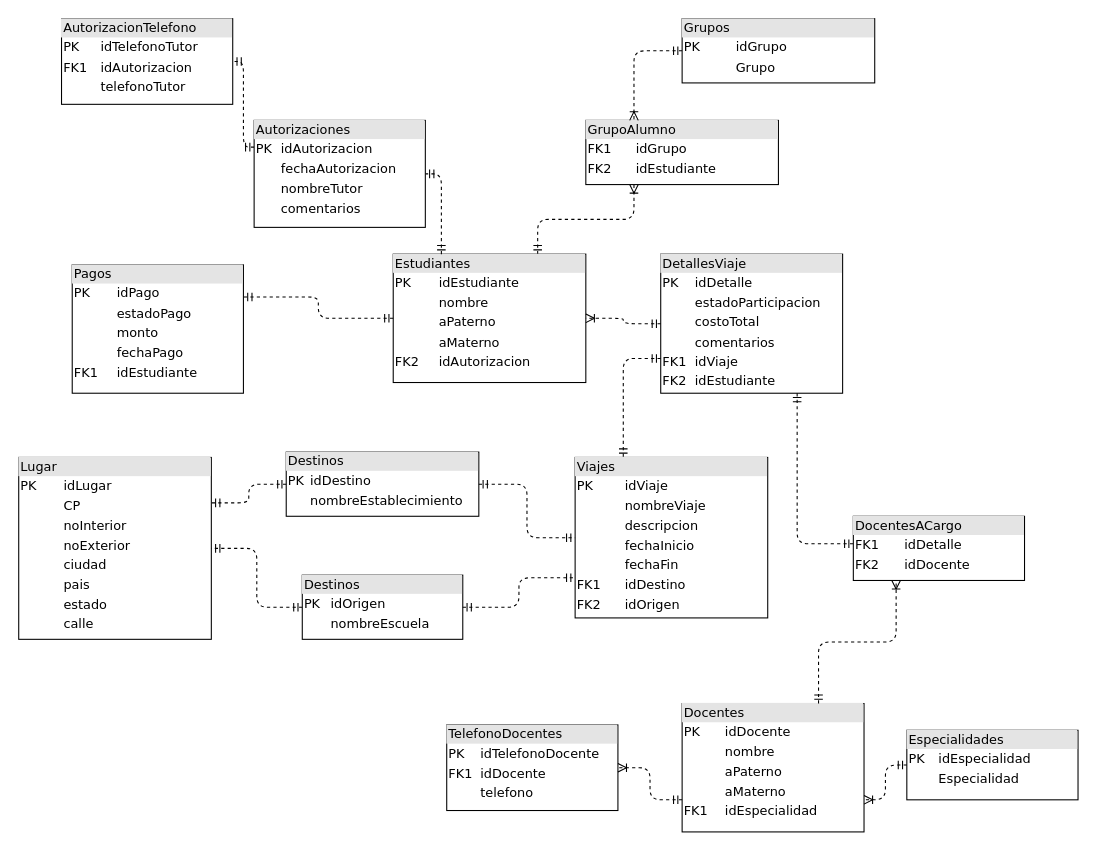
The draw.io diagram proyecto/DiagramaRelacionalNormalizado.drawio in ShyAd1/Database, before the edit. Source tidied: cells renumbered, new cells numbered last; positions are measured from the earlier drawing's top-left corner, leaving out a move shared by most shapes. Both pictures are drawn from the tidied source at 107%, with x=0, y=0 at pixel (18, 18).
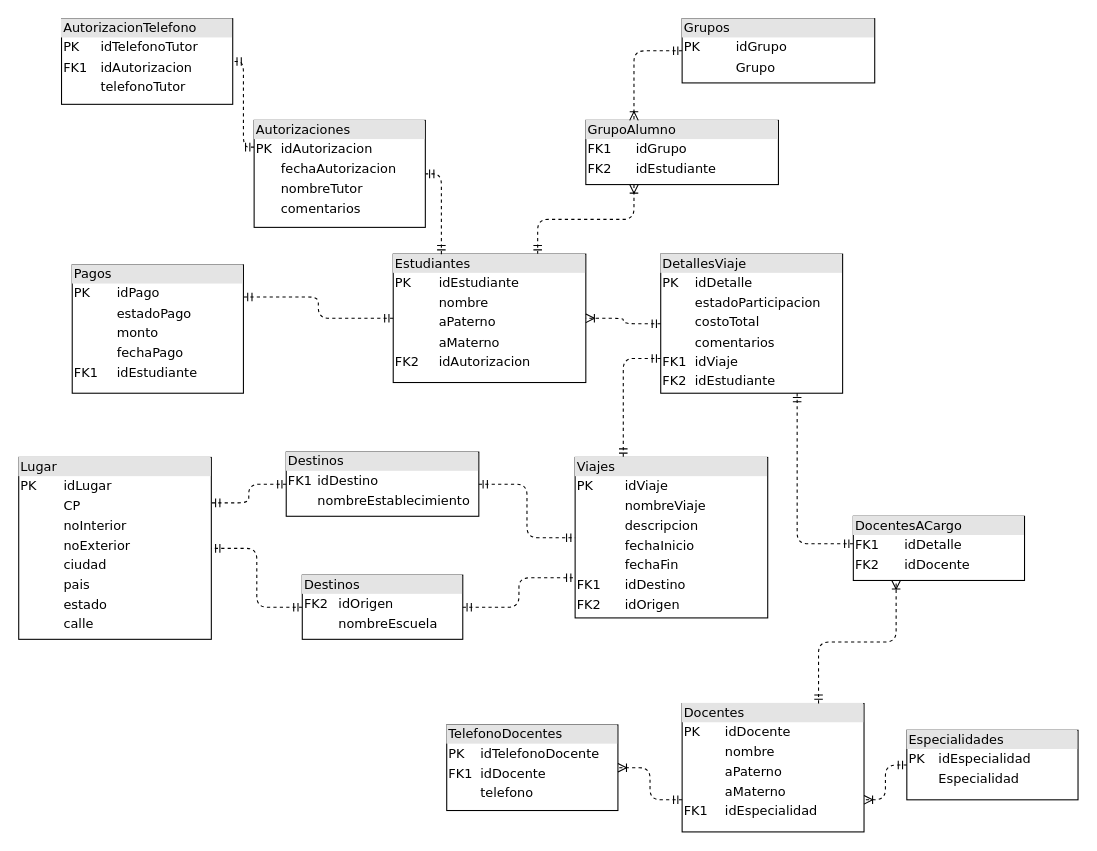
The same page after the edit.

What changed in the source:
```diff
@@
-    <mxCell id="26" value="&lt;div style=&quot;box-sizing:border-box;width:100%;background:#e4e4e4;padding:2px;&quot;&gt;Destinos&lt;/div&gt;&lt;table style=&quot;width:100%;font-size:1em;&quot; cellpadding=&quot;2&quot; cellspacing=&quot;0&quot;&gt;&lt;tbody&gt;&lt;tr&gt;&lt;td&gt;PK&lt;/td&gt;&lt;td&gt;idDestino&lt;/td&gt;&lt;/tr&gt;&lt;tr&gt;&lt;td&gt;&lt;br&gt;&lt;/td&gt;&lt;td&gt;nombreEstablecimiento&lt;/td&gt;&lt;/tr&gt;&lt;/tbody&gt;&lt;/table&gt;" style="verticalAlign=top;align=left;overflow=fill;html=1;rounded=0;shadow=0;comic=0;labelBackgroundColor=none;strokeWidth=1;fontFamily=Verdana;fontSize=12;" parent="1" vertex="1">
+    <mxCell id="26" value="&lt;div style=&quot;box-sizing:border-box;width:100%;background:#e4e4e4;padding:2px;&quot;&gt;Destinos&lt;/div&gt;&lt;table style=&quot;width:100%;font-size:1em;&quot; cellpadding=&quot;2&quot; cellspacing=&quot;0&quot;&gt;&lt;tbody&gt;&lt;tr&gt;&lt;td&gt;FK1&lt;/td&gt;&lt;td&gt;idDestino&lt;/td&gt;&lt;/tr&gt;&lt;tr&gt;&lt;td&gt;&lt;br&gt;&lt;/td&gt;&lt;td&gt;nombreEstablecimiento&lt;/td&gt;&lt;/tr&gt;&lt;/tbody&gt;&lt;/table&gt;" style="verticalAlign=top;align=left;overflow=fill;html=1;rounded=0;shadow=0;comic=0;labelBackgroundColor=none;strokeWidth=1;fontFamily=Verdana;fontSize=12;" parent="1" vertex="1">
       <mxGeometry x="250" y="405" width="180" height="60" as="geometry" />
     </mxCell>
-    <mxCell id="27" value="&lt;div style=&quot;box-sizing:border-box;width:100%;background:#e4e4e4;padding:2px;&quot;&gt;Destinos&lt;/div&gt;&lt;table style=&quot;width:100%;font-size:1em;&quot; cellpadding=&quot;2&quot; cellspacing=&quot;0&quot;&gt;&lt;tbody&gt;&lt;tr&gt;&lt;td&gt;PK&lt;/td&gt;&lt;td&gt;idOrigen&lt;/td&gt;&lt;/tr&gt;&lt;tr&gt;&lt;td&gt;&lt;br&gt;&lt;/td&gt;&lt;td&gt;nombreEscuela&lt;/td&gt;&lt;/tr&gt;&lt;/tbody&gt;&lt;/table&gt;" style="verticalAlign=top;align=left;overflow=fill;html=1;rounded=0;shadow=0;comic=0;labelBackgroundColor=none;strokeWidth=1;fontFamily=Verdana;fontSize=12;" parent="1" vertex="1">
+    <mxCell id="27" value="&lt;div style=&quot;box-sizing:border-box;width:100%;background:#e4e4e4;padding:2px;&quot;&gt;Destinos&lt;/div&gt;&lt;table style=&quot;width:100%;font-size:1em;&quot; cellpadding=&quot;2&quot; cellspacing=&quot;0&quot;&gt;&lt;tbody&gt;&lt;tr&gt;&lt;td&gt;FK2&lt;/td&gt;&lt;td&gt;idOrigen&lt;/td&gt;&lt;/tr&gt;&lt;tr&gt;&lt;td&gt;&lt;br&gt;&lt;/td&gt;&lt;td&gt;nombreEscuela&lt;/td&gt;&lt;/tr&gt;&lt;/tbody&gt;&lt;/table&gt;" style="verticalAlign=top;align=left;overflow=fill;html=1;rounded=0;shadow=0;comic=0;labelBackgroundColor=none;strokeWidth=1;fontFamily=Verdana;fontSize=12;" parent="1" vertex="1">
       <mxGeometry x="265" y="520" width="150" height="60" as="geometry" />
     </mxCell>
```
